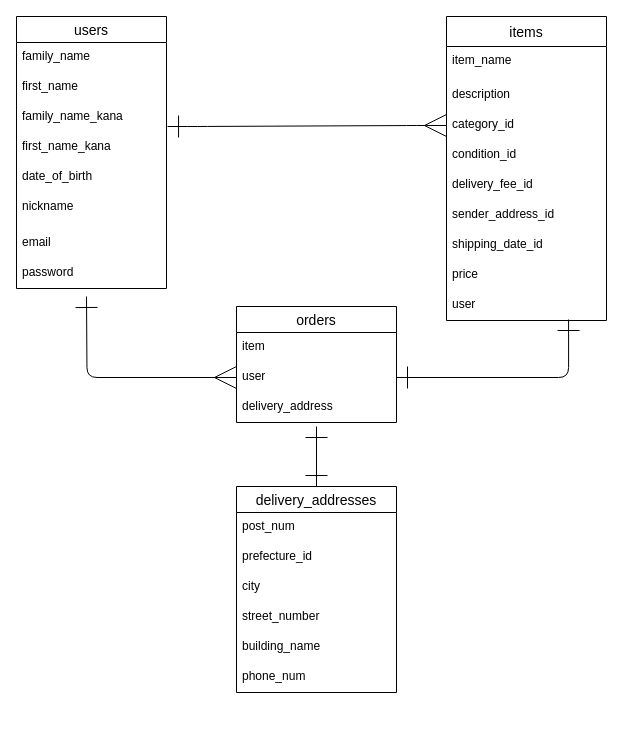
This is ER.dio from kawabataY/furima-39403, a draw.io file, before an edit. Source tidied: cells renumbered, new cells numbered last; positions are measured from the earlier drawing's top-left corner, leaving out a move shared by most shapes. Both pictures are drawn from the tidied source at 100%, with x=0, y=0 at pixel (16, 16).
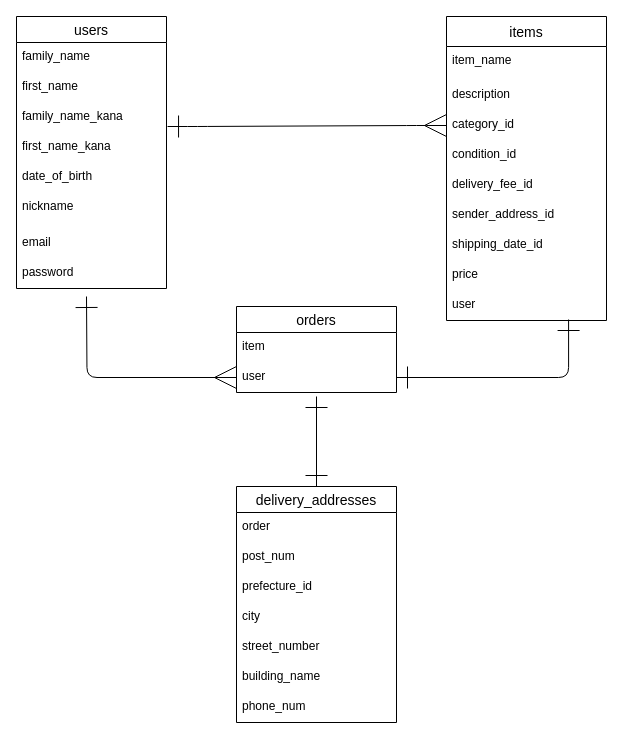
After the change.

Commit message (it also covers changes not shown here):
データベース設計_2.1

Change to the diagram source:
```diff
@@
     <mxCell id="21" value="orders" style="swimlane;fontStyle=0;horizontal=1;startSize=26;align=center;fontSize=14;" parent="1" vertex="1">
-      <mxGeometry x="220" y="290" width="160" height="116" as="geometry" />
+      <mxGeometry x="220" y="290" width="160" height="86" as="geometry" />
     </mxCell>
@@
-    <mxCell id="24" value="delivery_address" style="text;strokeColor=none;fillColor=none;spacingLeft=4;spacingRight=4;overflow=hidden;fontSize=12;" parent="21" vertex="1">
-      <mxGeometry y="86" width="160" height="30" as="geometry" />
-    </mxCell>
@@
     <mxCell id="28" style="edgeStyle=orthogonalEdgeStyle;html=1;exitX=0.5;exitY=0;exitDx=0;exitDy=0;strokeWidth=1;startArrow=ERone;startFill=0;endArrow=ERone;endFill=0;startSize=20;endSize=20;" parent="1" edge="1" source="29">
       <mxGeometry relative="1" as="geometry">
-        <mxPoint x="300" y="410" as="targetPoint" />
+        <mxPoint x="300" y="380" as="targetPoint" />
       </mxGeometry>
     </mxCell>
     <mxCell id="29" value="delivery_addresses" style="swimlane;fontStyle=0;horizontal=1;startSize=26;align=center;fontSize=14;" parent="1" vertex="1">
-      <mxGeometry x="220" y="470" width="160" height="206" as="geometry" />
+      <mxGeometry x="220" y="470" width="160" height="236" as="geometry" />
     </mxCell>
+    <mxCell id="36" value="order" style="text;strokeColor=none;fillColor=none;spacingLeft=4;spacingRight=4;overflow=hidden;fontSize=12;" parent="29" vertex="1">
+      <mxGeometry y="26" width="160" height="30" as="geometry" />
+    </mxCell>
     <mxCell id="30" value="post_num" style="text;strokeColor=none;fillColor=none;spacingLeft=4;spacingRight=4;overflow=hidden;fontSize=12;" parent="29" vertex="1">
-      <mxGeometry y="26" width="160" height="30" as="geometry" />
+      <mxGeometry y="56" width="160" height="30" as="geometry" />
     </mxCell>
     <mxCell id="31" value="prefecture_id" style="text;strokeColor=none;fillColor=none;spacingLeft=4;spacingRight=4;overflow=hidden;fontSize=12;" parent="29" vertex="1">
-      <mxGeometry y="56" width="160" height="30" as="geometry" />
+      <mxGeometry y="86" width="160" height="30" as="geometry" />
     </mxCell>
     <mxCell id="32" value="city" style="text;strokeColor=none;fillColor=none;spacingLeft=4;spacingRight=4;overflow=hidden;fontSize=12;" parent="29" vertex="1">
-      <mxGeometry y="86" width="160" height="30" as="geometry" />
+      <mxGeometry y="116" width="160" height="30" as="geometry" />
     </mxCell>
     <mxCell id="33" value="street_number" style="text;strokeColor=none;fillColor=none;spacingLeft=4;spacingRight=4;overflow=hidden;fontSize=12;" parent="29" vertex="1">
-      <mxGeometry y="116" width="160" height="30" as="geometry" />
+      <mxGeometry y="146" width="160" height="30" as="geometry" />
     </mxCell>
     <mxCell id="34" value="building_name" style="text;strokeColor=none;fillColor=none;spacingLeft=4;spacingRight=4;overflow=hidden;fontSize=12;" parent="29" vertex="1">
-      <mxGeometry y="146" width="160" height="30" as="geometry" />
+      <mxGeometry y="176" width="160" height="30" as="geometry" />
     </mxCell>
     <mxCell id="35" value="phone_num" style="text;strokeColor=none;fillColor=none;spacingLeft=4;spacingRight=4;overflow=hidden;fontSize=12;" parent="29" vertex="1">
-      <mxGeometry y="176" width="160" height="30" as="geometry" />
+      <mxGeometry y="206" width="160" height="30" as="geometry" />
     </mxCell>
```
